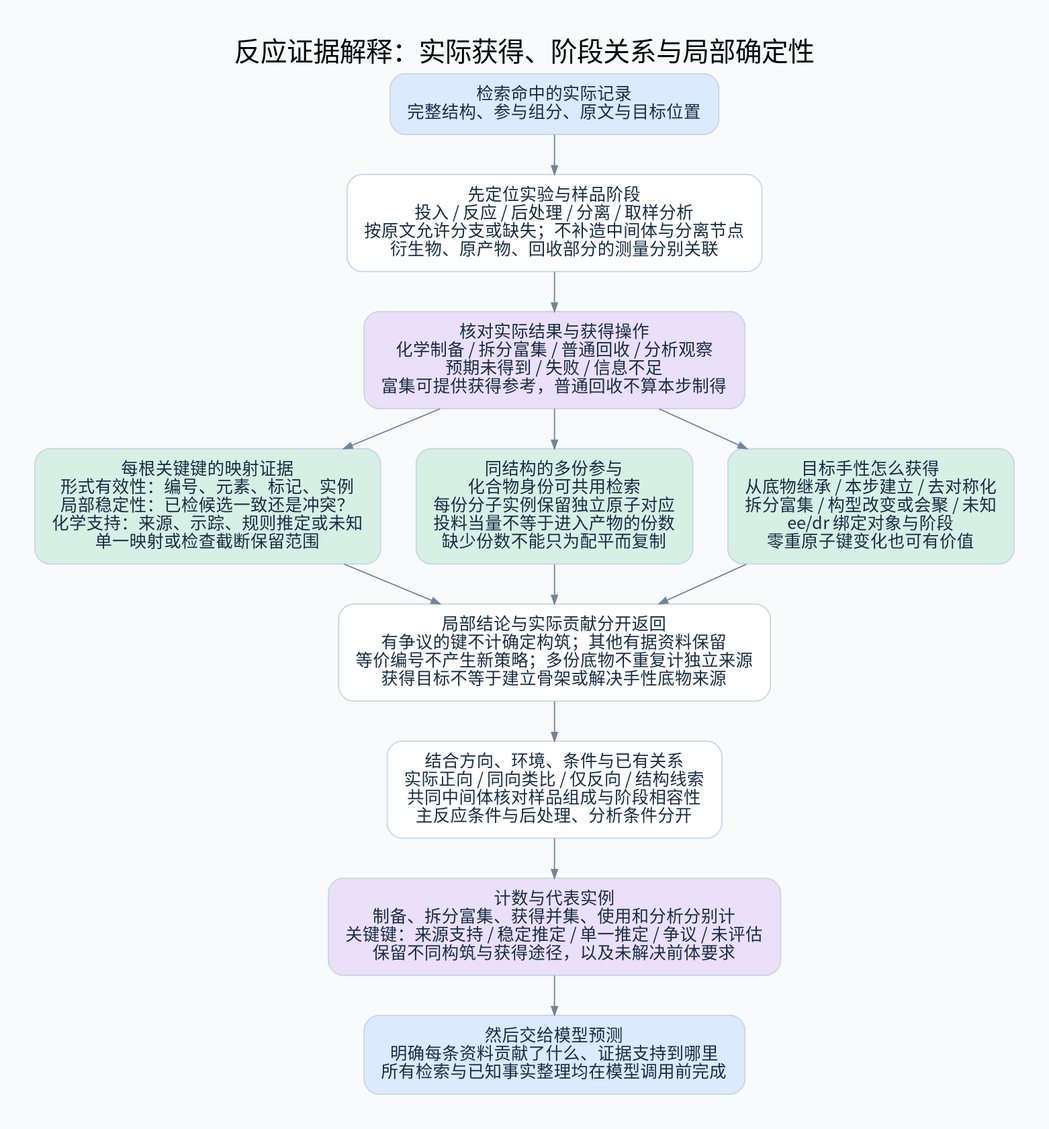
Before: diagrams/reaction-reference-quality.png, a diagram exported from Graphviz (825728139/substructure_search). Its source is kept beside it as diagrams/reaction-reference-quality.dot. Source of this version:
```dot
digraph G {

graph [rankdir=TB, bgcolor="#F8FAFC", pad="0.4", nodesep="0.40", ranksep="0.46", fontname="Noto Sans CJK SC", fontsize=22, labelloc=t];
node [shape=box, style="rounded,filled", fillcolor="white", color="#CAD5E2", fontcolor="#172D45", fontname="Noto Sans CJK SC", fontsize=14, margin="0.20,0.14"];
edge [color="#72849B", arrowsize=0.7, fontname="Noto Sans CJK SC", fontsize=11, fontcolor="#526477"];

label="反应证据解释：实际获得、阶段关系与局部确定性";
a [label="检索命中的实际记录
完整结构、参与组分、原文与目标位置", fillcolor="#DBEAFE"];
stage [label="先定位实验与样品阶段
投入 / 反应 / 后处理 / 分离 / 取样分析
按原文允许分支或缺失；不补造中间体与分离节点
衍生物、原产物、回收部分的测量分别关联"];
result [label="核对实际结果与获得操作
化学制备 / 拆分富集 / 普通回收 / 分析观察
预期未得到 / 失败 / 信息不足
富集可提供获得参考，普通回收不算本步制得", fillcolor="#EAE0F7"];
mapcheck [label="每根关键键的映射证据
形式有效性：编号、元素、标记、实例
局部稳定性：已检候选一致还是冲突？
化学支持：来源、示踪、规则推定或未知
单一映射或检查截断保留范围", fillcolor="#D6F0E5"];
instances [label="同结构的多份参与
化合物身份可共用检索
每份分子实例保留独立原子对应
投料当量不等于进入产物的份数
缺少份数不能只为配平而复制", fillcolor="#D6F0E5"];
stereo [label="目标手性怎么获得
从底物继承 / 本步建立 / 去对称化
拆分富集 / 构型改变或会聚 / 未知
ee/dr 绑定对象与阶段
零重原子键变化也可有价值", fillcolor="#D6F0E5"];
combine [label="局部结论与实际贡献分开返回
有争议的键不计确定构筑；其他有据资料保留
等价编号不产生新策略；多份底物不重复计独立来源
获得目标不等于建立骨架或解决手性底物来源"];
context [label="结合方向、环境、条件与已有关系
实际正向 / 同向类比 / 仅反向 / 结构线索
共同中间体核对样品组成与阶段相容性
主反应条件与后处理、分析条件分开"];
count [label="计数与代表实例
制备、拆分富集、获得并集、使用和分析分别计
关键键：来源支持 / 稳定推定 / 单一推定 / 争议 / 未评估
保留不同构筑与获得途径，以及未解决前体要求", fillcolor="#EAE0F7"];
out [label="然后交给模型预测
明确每条资料贡献了什么、证据支持到哪里
所有检索与已知事实整理均在模型调用前完成", fillcolor="#DBEAFE"];
a -> stage -> result;
result -> mapcheck; result -> instances; result -> stereo;
mapcheck -> combine; instances -> combine; stereo -> combine;
combine -> context -> count -> out;
}
```
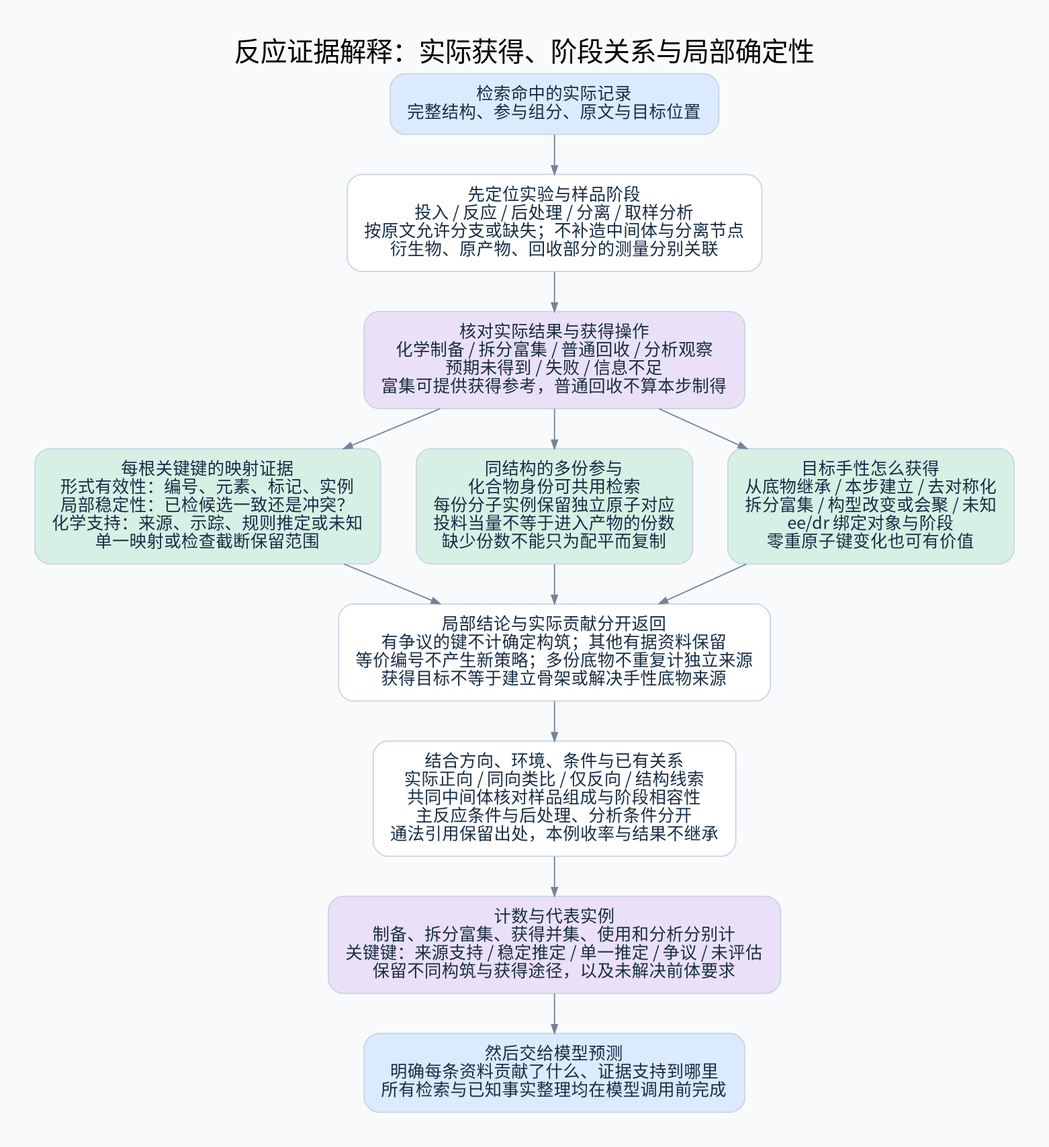
Later version of the same file.

Diff of the diagram source:
```diff
@@ -37,7 +37,8 @@
 context [label="结合方向、环境、条件与已有关系
 实际正向 / 同向类比 / 仅反向 / 结构线索
 共同中间体核对样品组成与阶段相容性
-主反应条件与后处理、分析条件分开"];
+主反应条件与后处理、分析条件分开
+通法引用保留出处，本例收率与结果不继承"];
 count [label="计数与代表实例
 制备、拆分富集、获得并集、使用和分析分别计
 关键键：来源支持 / 稳定推定 / 单一推定 / 争议 / 未评估
```
